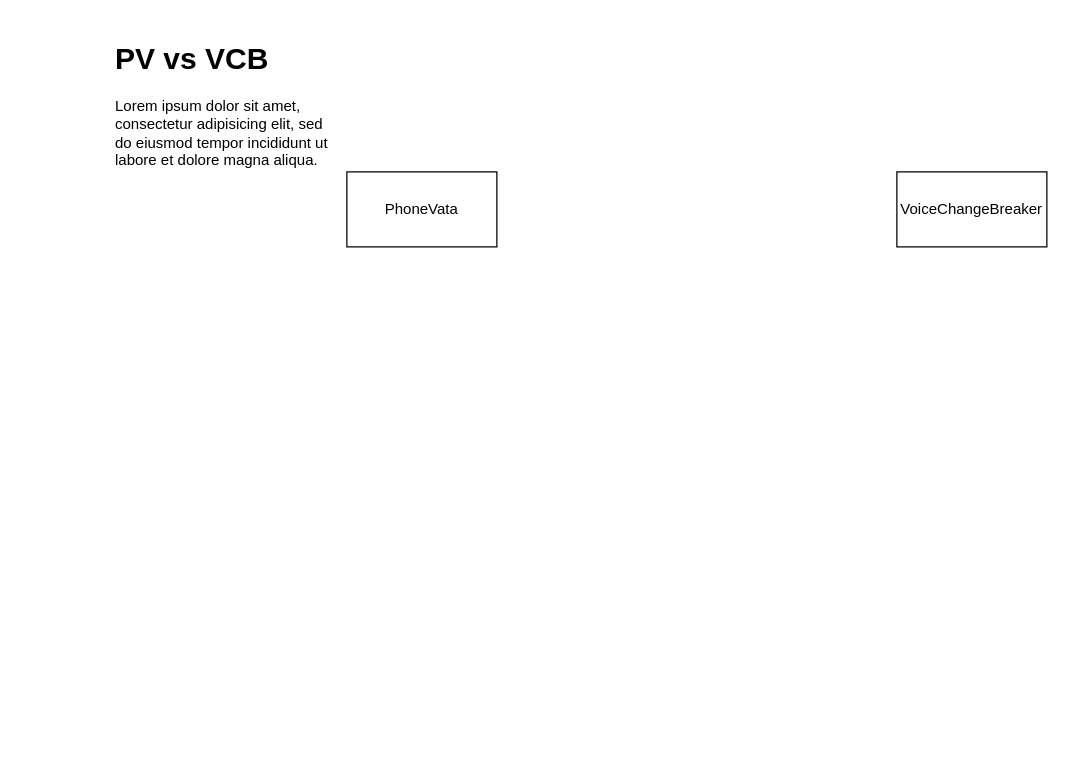
goldpu/Flowchart-collection keeps this draw.io diagram as Untitled Diagram.drawio. Above is the earlier version. Source tidied: cells renumbered, new cells numbered last; positions are measured from the earlier drawing's top-left corner, leaving out a move shared by most shapes. Both pictures are drawn from the tidied source at 125%, with x=0, y=0 at pixel (109, 34).
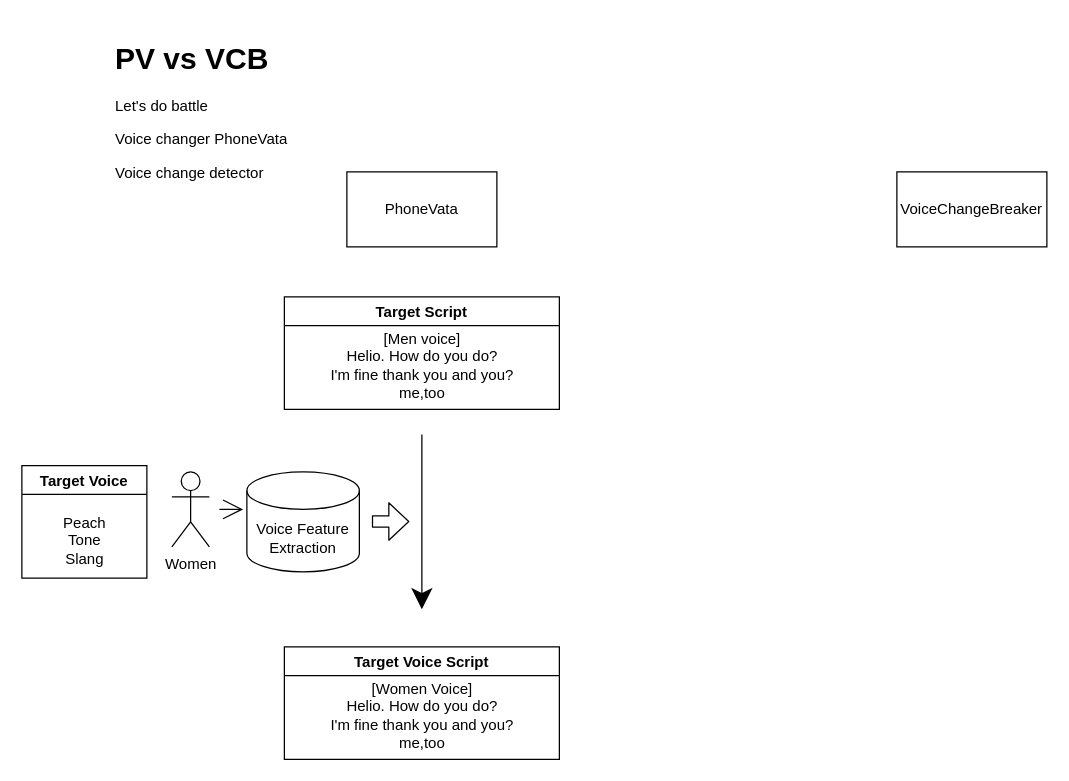
The same diagram, later.

Change to the diagram source:
```diff
@@
 <mxGraphModel>
   <root>
     <mxCell id="0" />
     <mxCell id="1" parent="0" />
     <mxCell id="2" value="PhoneVata" style="rounded=0;whiteSpace=wrap;html=1;hachureGap=4;" parent="1" vertex="1">
       <mxGeometry x="190" y="110" width="120" height="60" as="geometry" />
     </mxCell>
     <mxCell id="3" value="VoiceChangeBreaker" style="rounded=0;whiteSpace=wrap;html=1;hachureGap=4;" parent="1" vertex="1">
       <mxGeometry x="630" y="110" width="120" height="60" as="geometry" />
     </mxCell>
-    <mxCell id="4" value="&lt;h1&gt;PV vs VCB&lt;/h1&gt;&lt;p&gt;Lorem ipsum dolor sit amet, consectetur adipisicing elit, sed do eiusmod tempor incididunt ut labore et dolore magna aliqua.&lt;/p&gt;" style="text;html=1;strokeColor=none;fillColor=none;spacing=5;spacingTop=-20;whiteSpace=wrap;overflow=hidden;rounded=0;hachureGap=4;" parent="1" vertex="1">
-      <mxGeometry width="190" height="120" as="geometry" />
+    <mxCell id="4" value="&lt;h1&gt;PV vs VCB&lt;/h1&gt;&lt;p&gt;Let's do battle&lt;/p&gt;&lt;p&gt;Voice changer PhoneVata&lt;/p&gt;&lt;p&gt;Voice change detector&amp;nbsp;&lt;/p&gt;&lt;p&gt;&lt;br&gt;&lt;/p&gt;" style="text;html=1;strokeColor=none;fillColor=none;spacing=5;spacingTop=-20;whiteSpace=wrap;overflow=hidden;rounded=0;hachureGap=4;" parent="1" vertex="1">
+      <mxGeometry width="180" height="270" as="geometry" />
     </mxCell>
+    <mxCell id="5" style="edgeStyle=none;curved=1;rounded=0;jettySize=auto;html=1;endArrow=open;startSize=14;endSize=14;sourcePerimeterSpacing=8;targetPerimeterSpacing=8;" parent="1" edge="1" source="6">
+      <mxGeometry relative="1" as="geometry">
+        <mxPoint x="107" y="380" as="targetPoint" />
+      </mxGeometry>
+    </mxCell>
+    <mxCell id="6" value="Women" style="shape=umlActor;verticalLabelPosition=bottom;verticalAlign=top;html=1;outlineConnect=0;hachureGap=4;" parent="1" vertex="1">
+      <mxGeometry x="50" y="350" width="30" height="60" as="geometry" />
+    </mxCell>
+    <mxCell id="7" value="Voice Feature&lt;br&gt;Extraction" style="shape=cylinder3;whiteSpace=wrap;html=1;boundedLbl=1;backgroundOutline=1;size=15;hachureGap=4;" parent="1" vertex="1">
+      <mxGeometry x="110" y="350" width="90" height="80" as="geometry" />
+    </mxCell>
+    <mxCell id="8" value="Target Script" style="swimlane;hachureGap=4;" parent="1" vertex="1">
+      <mxGeometry x="140" y="210" width="220" height="90" as="geometry" />
+    </mxCell>
+    <mxCell id="9" value="[Men voice]&lt;br&gt;Helio. How do you do?&lt;br&gt;I'm fine thank you and you?&lt;br&gt;me,too" style="text;html=1;align=center;verticalAlign=middle;strokeColor=none;fillColor=none;" parent="8" vertex="1">
+      <mxGeometry x="30" y="25" width="160" height="60" as="geometry" />
+    </mxCell>
+    <mxCell id="10" style="endArrow=classic;html=1;startSize=14;endSize=14;sourcePerimeterSpacing=8;targetPerimeterSpacing=8;" parent="1" edge="1">
+      <mxGeometry relative="1" as="geometry">
+        <mxPoint x="250" y="320" as="sourcePoint" />
+        <mxPoint x="250" y="460" as="targetPoint" />
+      </mxGeometry>
+    </mxCell>
+    <mxCell id="11" value="Target Voice Script" style="swimlane;hachureGap=4;" parent="1" vertex="1">
+      <mxGeometry x="140" y="490" width="220" height="90" as="geometry" />
+    </mxCell>
+    <mxCell id="12" value="[Women Voice]&lt;br&gt;Helio. How do you do?&lt;br&gt;I'm fine thank you and you?&lt;br&gt;me,too" style="text;html=1;align=center;verticalAlign=middle;strokeColor=none;fillColor=none;" parent="11" vertex="1">
+      <mxGeometry x="30" y="25" width="160" height="60" as="geometry" />
+    </mxCell>
+    <mxCell id="13" style="shape=flexArrow;endArrow=classic;html=1;startSize=14;endSize=4.980555555555555;sourcePerimeterSpacing=8;targetPerimeterSpacing=8;width=8.88888888888889;" parent="1" edge="1">
+      <mxGeometry relative="1" as="geometry">
+        <mxPoint x="210" y="389.7" as="sourcePoint" />
+        <mxPoint x="240" y="389.7" as="targetPoint" />
+      </mxGeometry>
+    </mxCell>
+    <mxCell id="14" value="Target Voice" style="swimlane;hachureGap=4;" parent="1" vertex="1">
+      <mxGeometry x="-70" y="345" width="100" height="90" as="geometry" />
+    </mxCell>
+    <mxCell id="15" value="Peach&lt;br&gt;Tone&lt;br&gt;Slang" style="text;html=1;align=center;verticalAlign=middle;strokeColor=none;fillColor=none;" parent="14" vertex="1">
+      <mxGeometry x="25" y="35" width="50" height="50" as="geometry" />
+    </mxCell>
   </root>
 </mxGraphModel>
```
